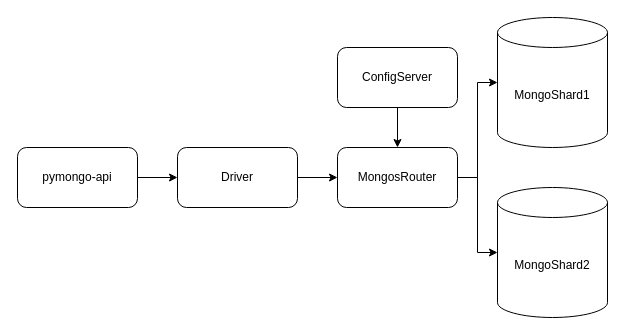
Earlier version of the draw.io diagram page "Shard" (2 of 4) of docs/task1.drawio (BlackDEK/architecture-sprint-2). Source tidied: cells renumbered, new cells numbered last; positions are measured from the earlier drawing's top-left corner, leaving out a move shared by most shapes. Both pictures are drawn from the tidied source at 100%, with x=0, y=0 at pixel (17, 17).
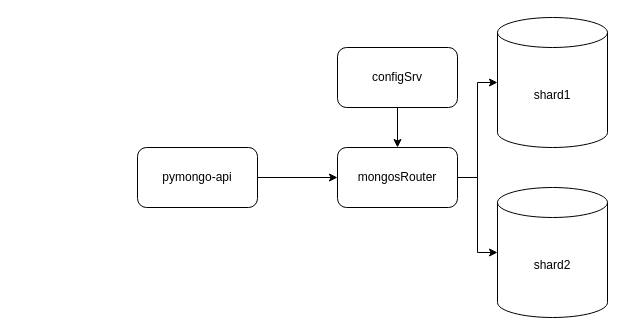
Above is the later version.

Commit message:
- Доработал диаграмму с учетом ТЗ для 1 задания.

The edit, as a diff of the source:
```diff
@@
 <mxGraphModel>
   <root>
     <mxCell id="0" />
     <mxCell id="1" parent="0" />
-    <mxCell id="2" value="MongoShard1" style="shape=cylinder3;whiteSpace=wrap;html=1;boundedLbl=1;backgroundOutline=1;size=15;" parent="1" vertex="1">
+    <mxCell id="2" value="shard1" style="shape=cylinder3;whiteSpace=wrap;html=1;boundedLbl=1;backgroundOutline=1;size=15;" parent="1" vertex="1">
       <mxGeometry x="480" width="110" height="130" as="geometry" />
     </mxCell>
-    <mxCell id="3" style="edgeStyle=orthogonalEdgeStyle;rounded=0;jettySize=auto;html=1;entryX=0;entryY=0.5;entryDx=0;entryDy=0;exitX=1;exitY=0.5;exitDx=0;exitDy=0;" parent="1" edge="1" source="4" target="6">
+    <mxCell id="3" style="edgeStyle=orthogonalEdgeStyle;rounded=0;jettySize=auto;html=1;entryX=0;entryY=0.5;entryDx=0;entryDy=0;exitX=1;exitY=0.5;exitDx=0;exitDy=0;" parent="1" edge="1" source="4" target="7">
       <mxGeometry relative="1" as="geometry" />
     </mxCell>
     <mxCell id="4" value="pymongo-api" style="rounded=1;whiteSpace=wrap;html=1;" parent="1" vertex="1">
-      <mxGeometry y="130" width="120" height="60" as="geometry" />
+      <mxGeometry x="120" y="130" width="120" height="60" as="geometry" />
     </mxCell>
-    <mxCell id="5" style="edgeStyle=orthogonalEdgeStyle;rounded=0;jettySize=auto;html=1;entryX=0;entryY=0.5;entryDx=0;entryDy=0;" parent="1" edge="1" source="6" target="7">
-      <mxGeometry relative="1" as="geometry" />
-    </mxCell>
-    <mxCell id="6" value="Driver" style="rounded=1;whiteSpace=wrap;html=1;" parent="1" vertex="1">
-      <mxGeometry x="160" y="130" width="120" height="60" as="geometry" />
-    </mxCell>
-    <mxCell id="7" value="MongosRouter" style="rounded=1;whiteSpace=wrap;html=1;" parent="1" vertex="1">
+    <mxCell id="7" value="mongosRouter" style="rounded=1;whiteSpace=wrap;html=1;" parent="1" vertex="1">
       <mxGeometry x="320" y="130" width="120" height="60" as="geometry" />
     </mxCell>
-    <mxCell id="8" value="MongoShard2" style="shape=cylinder3;whiteSpace=wrap;html=1;boundedLbl=1;backgroundOutline=1;size=15;" parent="1" vertex="1">
+    <mxCell id="8" value="shard2" style="shape=cylinder3;whiteSpace=wrap;html=1;boundedLbl=1;backgroundOutline=1;size=15;" parent="1" vertex="1">
       <mxGeometry x="480" y="170" width="110" height="130" as="geometry" />
     </mxCell>
     <mxCell id="9" style="edgeStyle=orthogonalEdgeStyle;rounded=0;jettySize=auto;html=1;entryX=0;entryY=0.5;entryDx=0;entryDy=0;entryPerimeter=0;" parent="1" edge="1" source="7" target="8">
       <mxGeometry relative="1" as="geometry" />
     </mxCell>
     <mxCell id="10" style="edgeStyle=orthogonalEdgeStyle;rounded=0;jettySize=auto;html=1;entryX=0;entryY=0.5;entryDx=0;entryDy=0;entryPerimeter=0;" parent="1" edge="1" source="7" target="2">
       <mxGeometry relative="1" as="geometry" />
     </mxCell>
     <mxCell id="11" style="edgeStyle=orthogonalEdgeStyle;rounded=0;jettySize=auto;html=1;entryX=0.5;entryY=0;entryDx=0;entryDy=0;" parent="1" edge="1" source="12" target="7">
       <mxGeometry relative="1" as="geometry" />
     </mxCell>
-    <mxCell id="12" value="ConfigServer" style="rounded=1;whiteSpace=wrap;html=1;" parent="1" vertex="1">
+    <mxCell id="12" value="configSrv" style="rounded=1;whiteSpace=wrap;html=1;" parent="1" vertex="1">
       <mxGeometry x="320" y="30" width="120" height="60" as="geometry" />
     </mxCell>
   </root>
 </mxGraphModel>
```
